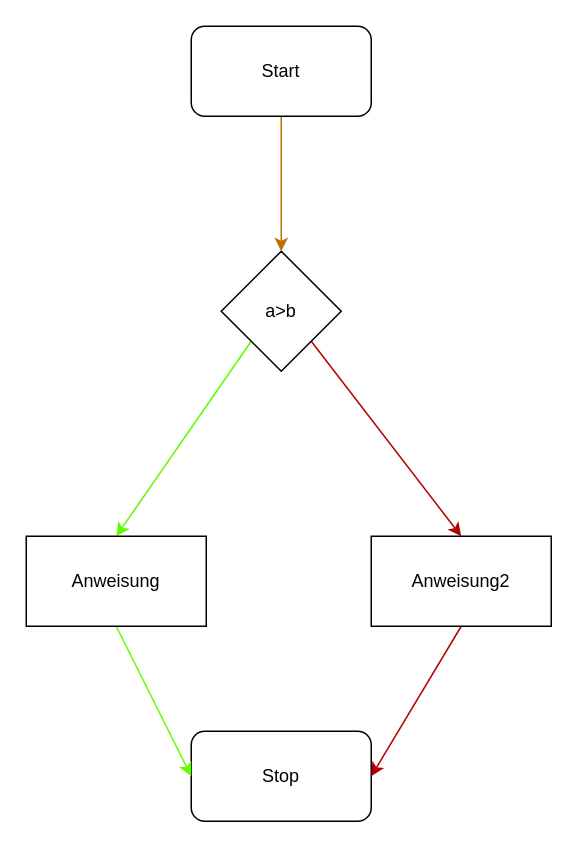
Above: page "IF-ELSE" (2 of 3) of pap.drawio in PP-OOP-SE-22/03_Entscheidungsstrukturen (draw.io), before the change. Source tidied: cells renumbered, new cells numbered last; positions are measured from the earlier drawing's top-left corner, leaving out a move shared by most shapes. Both pictures are drawn from the tidied source at 150%, with x=0, y=0 at pixel (26, 26).
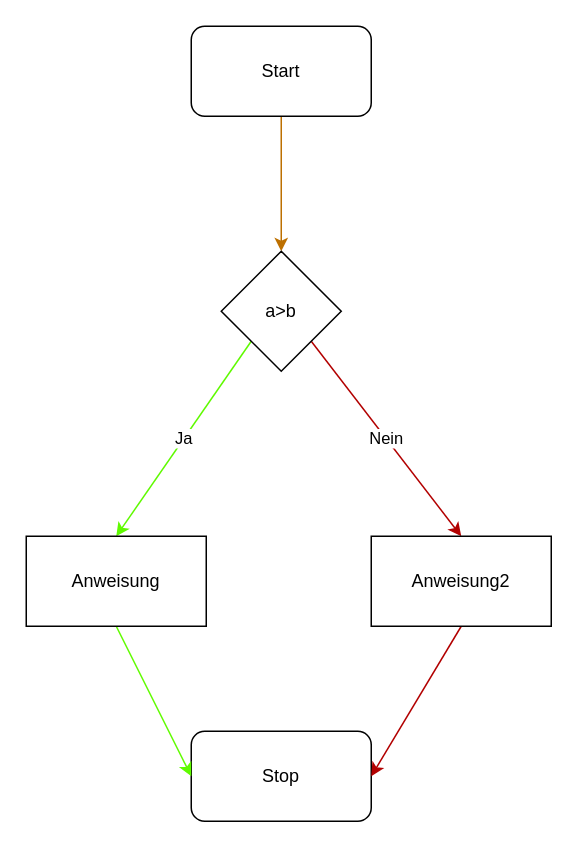
The same page after the edit.

The edit, as a diff of the source:
```diff
@@
 <mxGraphModel>
   <root>
     <mxCell id="0" />
     <mxCell id="1" parent="0" />
     <mxCell id="2" style="edgeStyle=none;html=1;exitX=0.5;exitY=1;exitDx=0;exitDy=0;entryX=0.5;entryY=0;entryDx=0;entryDy=0;fillColor=#f0a30a;strokeColor=#BD7000;" parent="1" edge="1" source="3" target="7">
       <mxGeometry relative="1" as="geometry" />
     </mxCell>
     <mxCell id="3" value="Start" style="rounded=1;whiteSpace=wrap;html=1;" parent="1" vertex="1">
       <mxGeometry x="110" width="120" height="60" as="geometry" />
     </mxCell>
     <mxCell id="4" value="Stop" style="rounded=1;whiteSpace=wrap;html=1;" parent="1" vertex="1">
       <mxGeometry x="110" y="470" width="120" height="60" as="geometry" />
     </mxCell>
-    <mxCell id="5" style="edgeStyle=none;html=1;exitX=0;exitY=1;exitDx=0;exitDy=0;entryX=0.5;entryY=0;entryDx=0;entryDy=0;fillColor=#60a917;strokeColor=#5FFA00;" parent="1" edge="1" source="7" target="9">
+    <mxCell id="5" value="Ja" style="edgeStyle=none;html=1;exitX=0;exitY=1;exitDx=0;exitDy=0;entryX=0.5;entryY=0;entryDx=0;entryDy=0;fillColor=#60a917;strokeColor=#5FFA00;" parent="1" edge="1" source="7" target="9">
       <mxGeometry relative="1" as="geometry" />
     </mxCell>
-    <mxCell id="6" style="edgeStyle=none;html=1;exitX=1;exitY=1;exitDx=0;exitDy=0;entryX=0.5;entryY=0;entryDx=0;entryDy=0;fillColor=#e51400;strokeColor=#B20000;" parent="1" edge="1" source="7" target="11">
+    <mxCell id="6" value="Nein" style="edgeStyle=none;html=1;exitX=1;exitY=1;exitDx=0;exitDy=0;entryX=0.5;entryY=0;entryDx=0;entryDy=0;fillColor=#e51400;strokeColor=#B20000;" parent="1" edge="1" source="7" target="11">
       <mxGeometry relative="1" as="geometry" />
     </mxCell>
     <mxCell id="7" value="a&amp;gt;b" style="rhombus;whiteSpace=wrap;html=1;" parent="1" vertex="1">
       <mxGeometry x="130" y="150" width="80" height="80" as="geometry" />
     </mxCell>
     <mxCell id="8" style="edgeStyle=none;html=1;exitX=0.5;exitY=1;exitDx=0;exitDy=0;entryX=0;entryY=0.5;entryDx=0;entryDy=0;fillColor=#60a917;strokeColor=#60FC00;" parent="1" edge="1" source="9" target="4">
       <mxGeometry relative="1" as="geometry" />
     </mxCell>
     <mxCell id="9" value="Anweisung" style="rounded=0;whiteSpace=wrap;html=1;" parent="1" vertex="1">
       <mxGeometry y="340" width="120" height="60" as="geometry" />
     </mxCell>
     <mxCell id="10" style="edgeStyle=none;html=1;exitX=0.5;exitY=1;exitDx=0;exitDy=0;entryX=1;entryY=0.5;entryDx=0;entryDy=0;fillColor=#e51400;strokeColor=#B20000;" parent="1" edge="1" source="11" target="4">
       <mxGeometry relative="1" as="geometry" />
     </mxCell>
     <mxCell id="11" value="Anweisung2" style="rounded=0;whiteSpace=wrap;html=1;" parent="1" vertex="1">
       <mxGeometry x="230" y="340" width="120" height="60" as="geometry" />
     </mxCell>
   </root>
 </mxGraphModel>
```
